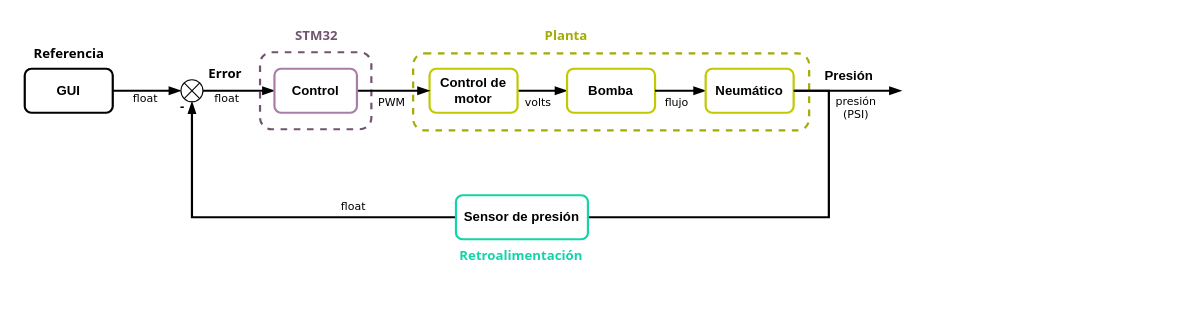
This is page "Lazo cerrado de control" (1 of 3) of Reto/Sistema de control y diagrama de flujo.drawio from GuillermoGJ03/Repo-Embebidos-Avanzados, a draw.io file, before an edit. Source tidied: cells renumbered, new cells numbered last; positions are measured from the earlier drawing's top-left corner, leaving out a move shared by most shapes. Both pictures are drawn from the tidied source at 110%, with x=0, y=0 at pixel (19, 19).
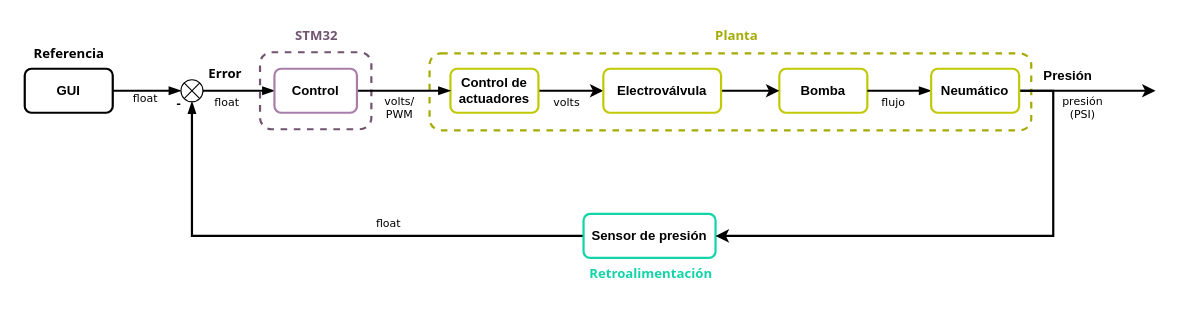
The same diagram, later.

Change to the diagram source:
```diff
@@
     <mxCell id="2" style="rounded=1;whiteSpace=wrap;html=1;strokeWidth=2;dashed=1;strokeColor=#A4AB03;" parent="1" vertex="1">
-      <mxGeometry x="358.1" y="31" width="360" height="70" as="geometry" />
+      <mxGeometry x="373" y="31" width="547" height="70" as="geometry" />
     </mxCell>
@@
-    <mxCell id="5" style="edgeStyle=orthogonalEdgeStyle;rounded=0;jettySize=auto;html=1;entryX=0;entryY=0.5;entryDx=0;entryDy=0;endArrow=blockThin;endFill=1;exitX=1;exitY=0.5;exitDx=0;exitDy=0;strokeWidth=2;" parent="1" edge="1" source="6" target="9">
-      <mxGeometry relative="1" as="geometry" />
-    </mxCell>
+    <mxCell id="33" style="edgeStyle=orthogonalEdgeStyle;rounded=0;jettySize=auto;html=1;strokeWidth=2;" parent="1" edge="1" source="6" target="37">
+      <mxGeometry relative="1" as="geometry" />
+    </mxCell>
-    <mxCell id="6" value="Control de motor" style="rounded=1;whiteSpace=wrap;html=1;strokeWidth=2;fontStyle=1;strokeColor=#C1C904;" parent="1" vertex="1">
-      <mxGeometry x="373" y="45" width="80" height="40" as="geometry" />
+    <mxCell id="6" value="Control de actuadores" style="rounded=1;whiteSpace=wrap;html=1;strokeWidth=2;fontStyle=1;strokeColor=#C1C904;" parent="1" vertex="1">
+      <mxGeometry x="392" y="45" width="80" height="40" as="geometry" />
     </mxCell>
@@
     <mxCell id="9" value="Bomba" style="rounded=1;whiteSpace=wrap;html=1;strokeWidth=2;fontStyle=1;strokeColor=#C1C904;" parent="1" vertex="1">
-      <mxGeometry x="498" y="45" width="80" height="40" as="geometry" />
+      <mxGeometry x="691" y="45" width="80" height="40" as="geometry" />
     </mxCell>
@@
-    <mxCell id="12" style="edgeStyle=orthogonalEdgeStyle;rounded=0;jettySize=auto;html=1;exitX=1;exitY=0.5;exitDx=0;exitDy=0;endArrow=none;endFill=0;strokeWidth=2;" parent="1" edge="1" source="13">
-      <mxGeometry relative="1" as="geometry">
-        <mxPoint x="677" y="65" as="targetPoint" />
-        <Array as="points">
-          <mxPoint x="736" y="180" />
-          <mxPoint x="736" y="65" />
-        </Array>
-      </mxGeometry>
-    </mxCell>
     <mxCell id="13" value="Sensor de presión" style="rounded=1;whiteSpace=wrap;html=1;strokeWidth=2;fontStyle=1;strokeColor=#13D3A8;" parent="1" vertex="1">
-      <mxGeometry x="397" y="160" width="120" height="40" as="geometry" />
+      <mxGeometry x="513" y="177" width="120" height="40" as="geometry" />
     </mxCell>
@@
     <mxCell id="15" value="Presión" style="text;html=1;align=center;verticalAlign=middle;strokeColor=none;fillColor=none;fontStyle=1;" parent="1" vertex="1">
-      <mxGeometry x="719" y="37" width="70" height="30" as="geometry" />
+      <mxGeometry x="918" y="37" width="70" height="30" as="geometry" />
     </mxCell>
@@
+    <mxCell id="34" style="edgeStyle=orthogonalEdgeStyle;rounded=0;jettySize=auto;html=1;entryX=1;entryY=0.5;entryDx=0;entryDy=0;strokeWidth=2;" parent="1" edge="1" source="21" target="13">
+      <mxGeometry relative="1" as="geometry">
+        <Array as="points">
+          <mxPoint x="940" y="65" />
+          <mxPoint x="940" y="197" />
+        </Array>
+      </mxGeometry>
+    </mxCell>
+    <mxCell id="35" style="edgeStyle=orthogonalEdgeStyle;rounded=0;jettySize=auto;html=1;strokeWidth=2;" parent="1" edge="1" source="21">
+      <mxGeometry relative="1" as="geometry">
+        <mxPoint x="1033" y="65" as="targetPoint" />
+      </mxGeometry>
+    </mxCell>
     <mxCell id="21" value="Neumático" style="rounded=1;whiteSpace=wrap;html=1;strokeWidth=2;fontStyle=1;strokeColor=#C1C904;" parent="1" vertex="1">
-      <mxGeometry x="624" y="45" width="80" height="40" as="geometry" />
+      <mxGeometry x="829" y="45" width="80" height="40" as="geometry" />
     </mxCell>
-    <mxCell id="22" style="endArrow=blockThin;html=1;rounded=0;endFill=1;strokeWidth=2;exitX=1;exitY=0.5;exitDx=0;exitDy=0;" parent="1" edge="1" source="21">
-      <mxGeometry relative="1" as="geometry">
-        <mxPoint x="802" y="65" as="targetPoint" />
-      </mxGeometry>
-    </mxCell>
     <mxCell id="23" value="Planta" style="text;html=1;align=center;verticalAlign=middle;strokeColor=none;fillColor=none;fontFamily=Tahoma;fontStyle=1;fontColor=#A4AB03;" parent="1" vertex="1">
-      <mxGeometry x="467" width="60" height="30" as="geometry" />
+      <mxGeometry x="622" width="60" height="30" as="geometry" />
     </mxCell>
     <mxCell id="24" value="Retroalimentación" style="text;html=1;align=center;verticalAlign=middle;strokeColor=none;fillColor=none;fontFamily=Tahoma;fontStyle=1;fontColor=#13D3A8;" parent="1" vertex="1">
-      <mxGeometry x="391" y="200" width="130" height="30" as="geometry" />
+      <mxGeometry x="509" y="217" width="130" height="30" as="geometry" />
     </mxCell>
     <mxCell id="25" value="-" style="text;html=1;align=center;verticalAlign=middle;strokeColor=none;fillColor=none;fontFamily=Tahoma;fontStyle=1;" parent="1" vertex="1">
-      <mxGeometry x="133" y="65" width="30" height="30" as="geometry" />
+      <mxGeometry x="130" y="62" width="30" height="30" as="geometry" />
     </mxCell>
@@
     <mxCell id="27" value="float" style="text;html=1;strokeColor=none;fillColor=none;align=center;verticalAlign=middle;whiteSpace=wrap;rounded=0;fontStyle=0;fontSize=10;fontFamily=Verdana;" parent="1" vertex="1">
-      <mxGeometry x="158.9" y="57" width="60" height="30" as="geometry" />
+      <mxGeometry x="158.9" y="60" width="60" height="30" as="geometry" />
     </mxCell>
-    <mxCell id="28" value="PWM" style="text;html=1;strokeColor=none;fillColor=none;align=center;verticalAlign=middle;whiteSpace=wrap;rounded=0;fontStyle=0;fontSize=10;fontFamily=Verdana;" parent="1" vertex="1">
-      <mxGeometry x="308.5" y="60" width="60" height="30" as="geometry" />
+    <mxCell id="28" value="volts/&lt;br&gt;PWM" style="text;html=1;strokeColor=none;fillColor=none;align=center;verticalAlign=middle;whiteSpace=wrap;rounded=0;fontStyle=0;fontSize=10;fontFamily=Verdana;" parent="1" vertex="1">
+      <mxGeometry x="316" y="65" width="60" height="30" as="geometry" />
     </mxCell>
     <mxCell id="29" value="volts" style="text;html=1;strokeColor=none;fillColor=none;align=center;verticalAlign=middle;whiteSpace=wrap;rounded=0;fontStyle=0;fontSize=10;fontFamily=Verdana;" parent="1" vertex="1">
-      <mxGeometry x="442" y="66.5" width="60" height="17" as="geometry" />
+      <mxGeometry x="468" y="66.5" width="60" height="17" as="geometry" />
     </mxCell>
     <mxCell id="30" value="flujo" style="text;html=1;strokeColor=none;fillColor=none;align=center;verticalAlign=middle;whiteSpace=wrap;rounded=0;fontStyle=0;fontSize=10;fontFamily=Verdana;" parent="1" vertex="1">
-      <mxGeometry x="568" y="60" width="60" height="30" as="geometry" />
+      <mxGeometry x="765" y="60" width="60" height="30" as="geometry" />
     </mxCell>
     <mxCell id="31" value="presión&lt;br&gt;(PSI)" style="text;html=1;strokeColor=none;fillColor=none;align=center;verticalAlign=middle;whiteSpace=wrap;rounded=0;fontStyle=0;fontSize=10;fontFamily=Verdana;" parent="1" vertex="1">
-      <mxGeometry x="731" y="65" width="60" height="30" as="geometry" />
+      <mxGeometry x="937" y="65" width="60" height="30" as="geometry" />
     </mxCell>
     <mxCell id="32" value="float" style="text;html=1;strokeColor=none;fillColor=none;align=center;verticalAlign=middle;whiteSpace=wrap;rounded=0;fontStyle=0;fontSize=10;fontFamily=Verdana;" parent="1" vertex="1">
-      <mxGeometry x="274" y="155" width="60" height="30" as="geometry" />
+      <mxGeometry x="306" y="170" width="60" height="30" as="geometry" />
     </mxCell>
+    <mxCell id="36" style="edgeStyle=orthogonalEdgeStyle;rounded=0;jettySize=auto;html=1;entryX=0;entryY=0.5;entryDx=0;entryDy=0;strokeWidth=2;" parent="1" edge="1" source="37" target="9">
+      <mxGeometry relative="1" as="geometry" />
+    </mxCell>
+    <mxCell id="37" value="Electroválvula" style="rounded=1;whiteSpace=wrap;html=1;strokeWidth=2;fontStyle=1;strokeColor=#C1C904;" parent="1" vertex="1">
+      <mxGeometry x="531" y="45" width="107" height="40" as="geometry" />
+    </mxCell>
```
